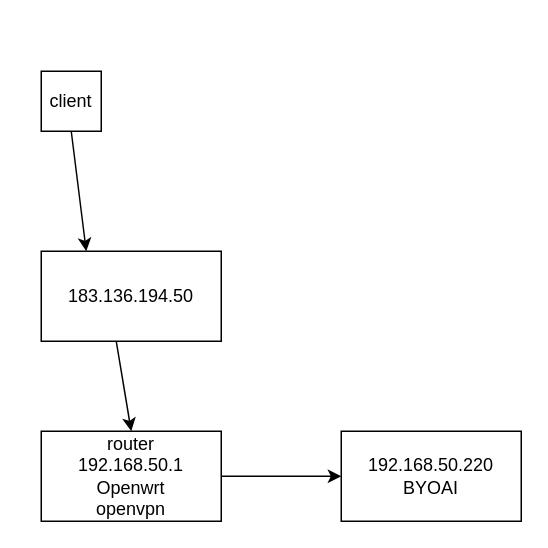
QAlexBall/diagrams keeps this draw.io diagram as vpn-diagram.drawio. Above is the earlier version. Source tidied: cells renumbered, new cells numbered last; positions are measured from the earlier drawing's top-left corner, leaving out a move shared by most shapes. Both pictures are drawn from the tidied source at 150%, with x=0, y=0 at pixel (40, 70).
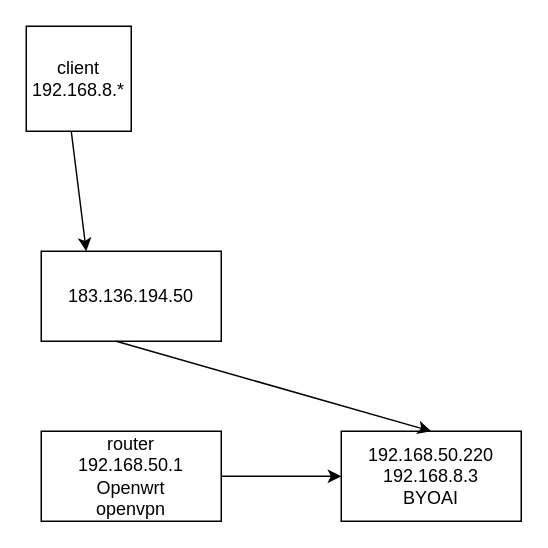
After the change.

The edit, as a diff of the source:
```diff
@@
 <mxGraphModel>
   <root>
     <mxCell id="0" />
     <mxCell id="1" parent="0" />
     <mxCell id="2" value="router&lt;br&gt;192.168.50.1&lt;br&gt;Openwrt&lt;br&gt;openvpn" style="rounded=0;whiteSpace=wrap;html=1;" parent="1" vertex="1">
       <mxGeometry y="240" width="120" height="60" as="geometry" />
     </mxCell>
     <mxCell id="3" value="183.136.194.50" style="rounded=0;whiteSpace=wrap;html=1;" parent="1" vertex="1">
       <mxGeometry y="120" width="120" height="60" as="geometry" />
     </mxCell>
-    <mxCell id="4" value="client" style="whiteSpace=wrap;html=1;" parent="1" vertex="1">
-      <mxGeometry width="40" height="40" as="geometry" />
+    <mxCell id="4" value="client&lt;br&gt;192.168.8.*" style="whiteSpace=wrap;html=1;" parent="1" vertex="1">
+      <mxGeometry x="-10" y="-30" width="70" height="70" as="geometry" />
     </mxCell>
-    <mxCell id="5" value="192.168.50.220&lt;br&gt;BYOAI" style="rounded=0;whiteSpace=wrap;html=1;" parent="1" vertex="1">
+    <mxCell id="5" value="192.168.50.220&lt;br&gt;192.168.8.3&lt;br&gt;BYOAI" style="rounded=0;whiteSpace=wrap;html=1;" parent="1" vertex="1">
       <mxGeometry x="200" y="240" width="120" height="60" as="geometry" />
     </mxCell>
     <mxCell id="6" style="endArrow=classic;html=1;entryX=0.25;entryY=0;entryDx=0;entryDy=0;" parent="1" edge="1" target="3">
       <mxGeometry relative="1" as="geometry">
         <mxPoint x="20" y="40" as="sourcePoint" />
       </mxGeometry>
     </mxCell>
-    <mxCell id="7" style="endArrow=classic;html=1;" parent="1" edge="1">
+    <mxCell id="7" style="endArrow=classic;html=1;entryX=0.5;entryY=0;entryDx=0;entryDy=0;" parent="1" edge="1" target="5">
       <mxGeometry relative="1" as="geometry">
         <mxPoint x="50" y="180" as="sourcePoint" />
-        <mxPoint x="60" y="240" as="targetPoint" />
       </mxGeometry>
     </mxCell>
     <mxCell id="8" style="endArrow=classic;html=1;" parent="1" edge="1" target="5">
       <mxGeometry relative="1" as="geometry">
         <mxPoint x="120" y="270" as="sourcePoint" />
       </mxGeometry>
     </mxCell>
   </root>
 </mxGraphModel>
```
